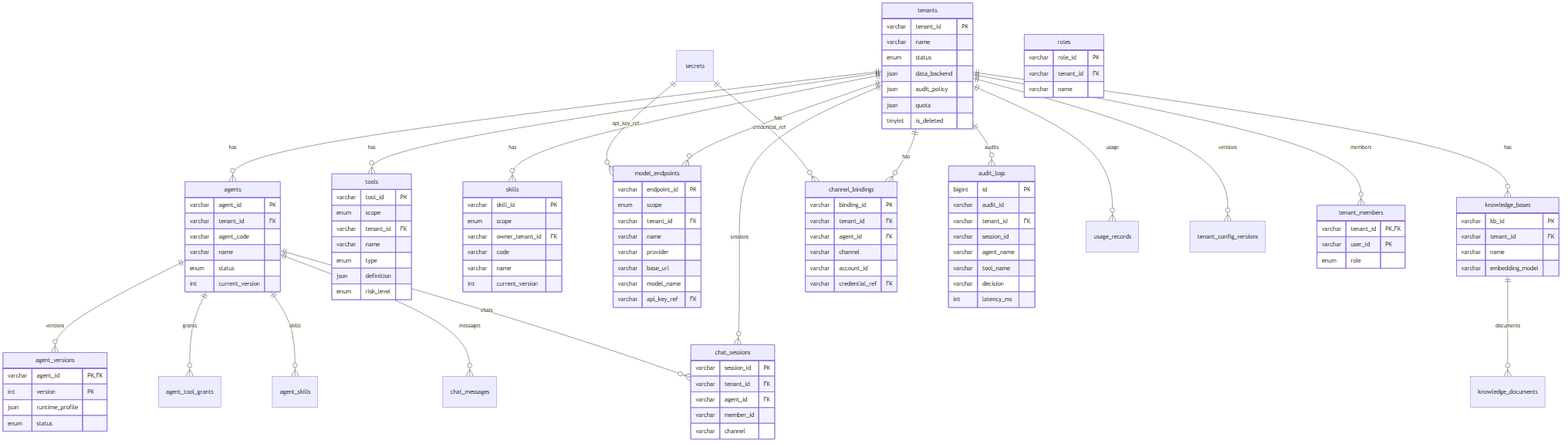
The Mermaid diagram docs/ER图.png in liuzengh/trpc-agent-service, before a commit. Its source is kept beside it as docs/ER图.mmd.
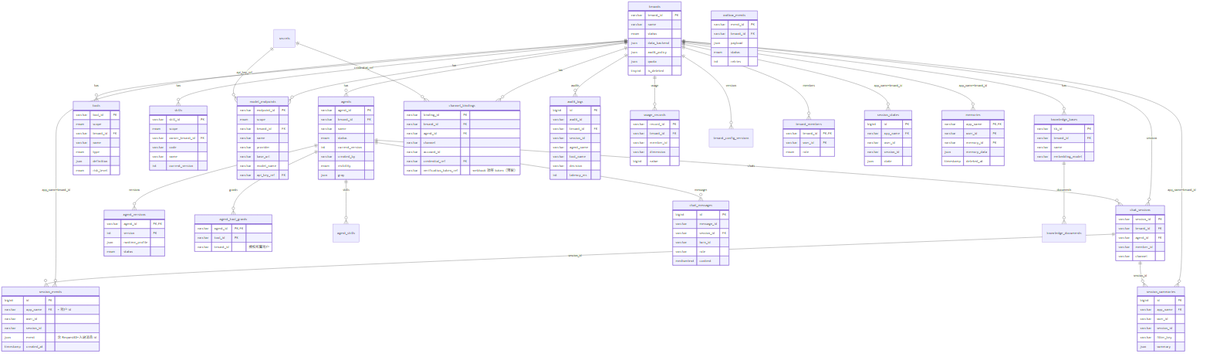
After the change.

Change to the diagram source:
```diff
@@ -22,6 +22,13 @@
     secrets ||--o{ channel_bindings : "credential_ref"
     secrets ||--o{ model_endpoints : "api_key_ref"
 
+    tenants ||--o{ session_events : "app_name=tenant_id"
+    tenants ||--o{ session_states : "app_name=tenant_id"
+    tenants ||--o{ session_summaries : "app_name=tenant_id"
+    tenants ||--o{ memories : "app_name=tenant_id"
+    chat_sessions ||--o{ session_events : "session_id"
+    chat_sessions ||--o{ session_summaries : "session_id"
+
     tenants {
         varchar tenant_id PK
         varchar name
@@ -35,10 +42,12 @@
     agents {
         varchar agent_id PK
         varchar tenant_id FK
-        varchar agent_code
         varchar name
         enum status
         int current_version
+        varchar created_by
+        enum visibility
+        json gray
     }
 
     agent_versions {
@@ -56,6 +65,12 @@
         enum type
         json definition
         enum risk_level
+    }
+
+    agent_tool_grants {
+        varchar agent_id PK,FK
+        varchar tool_id PK
+        varchar tenant_id "授权所属租户"
     }
 
     skills {
@@ -92,6 +107,7 @@
         varchar channel
         varchar account_id
         varchar credential_ref FK
+        varchar verification_token_ref "webhook 验签 token（预留）"
     }
 
     chat_sessions {
@@ -100,6 +116,23 @@
         varchar agent_id FK
         varchar member_id
         varchar channel
+    }
+
+    chat_messages {
+        bigint id PK
+        varchar message_id
+        varchar session_id FK
+        varchar turn_id
+        varchar role
+        mediumtext content
+    }
+
+    outbox_events {
+        varchar event_id PK
+        varchar tenant_id FK
+        json payload
+        enum status
+        int retries
     }
 
     audit_logs {
@@ -113,14 +146,50 @@
         int latency_ms
     }
 
+    usage_records {
+        varchar record_id PK
+        varchar tenant_id FK
+        varchar member_id
+        varchar dimension
+        bigint value
+    }
+
     tenant_members {
         varchar tenant_id PK,FK
         varchar user_id PK
         enum role
     }
 
-    roles {
-        varchar role_id PK
-        varchar tenant_id FK
-        varchar name
+    session_events {
+        bigint id PK
+        varchar app_name FK "= 租户 id"
+        varchar user_id
+        varchar session_id
+        json event "含 RequestID=入站消息 id"
+        timestamp created_at
     }
+
+    session_states {
+        bigint id PK
+        varchar app_name FK
+        varchar user_id
+        varchar session_id
+        json state
+    }
+
+    session_summaries {
+        bigint id PK
+        varchar app_name FK
+        varchar user_id
+        varchar session_id
+        varchar filter_key
+        json summary
+    }
+
+    memories {
+        varchar app_name PK,FK
+        varchar user_id PK
+        varchar memory_id PK
+        json memory_data
+        timestamp deleted_at
+    }
```
